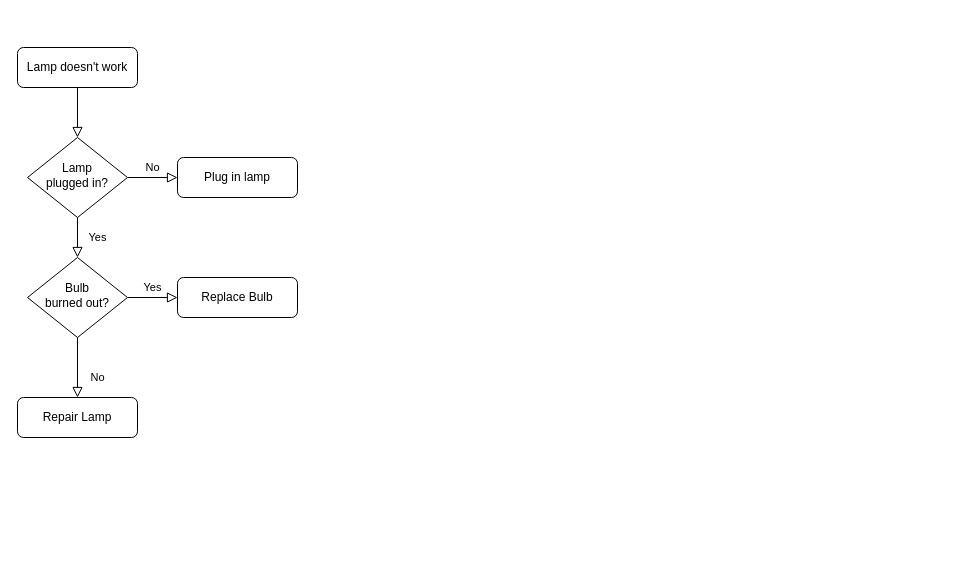
Above: Untitled Diagram.drawio in Mekss/retail-companies-bankruptcy-research (draw.io), before the change. Source tidied: cells renumbered, new cells numbered last; positions are measured from the earlier drawing's top-left corner, leaving out a move shared by most shapes. Both pictures are drawn from the tidied source at 100%, with x=0, y=0 at pixel (17, 47).
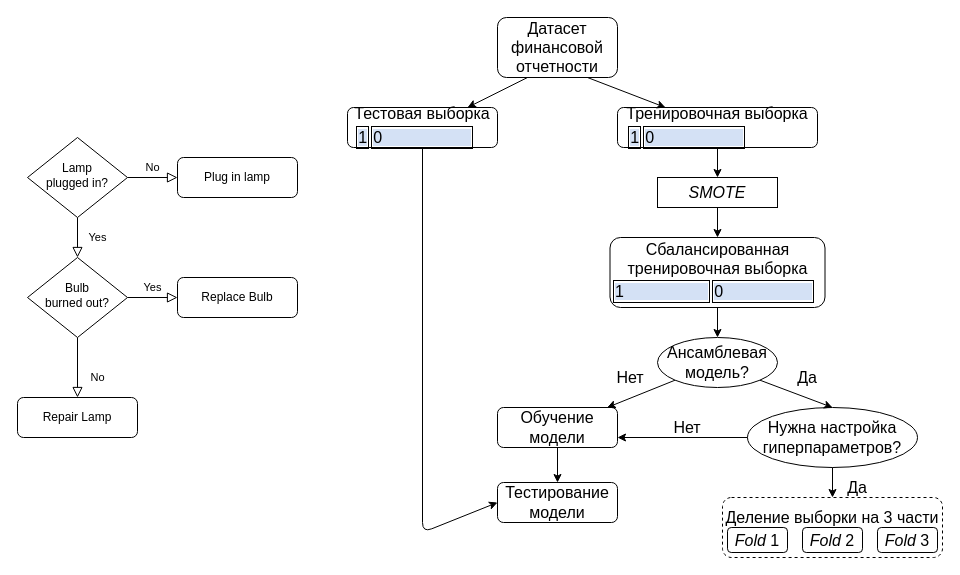
The same page after the edit.

The change refers to these unchanged cells:
```xml
<mxCell id="6" value="Lamp&lt;br&gt;plugged in?" style="rhombus;whiteSpace=wrap;html=1;shadow=0;fontFamily=Helvetica;fontSize=12;align=center;strokeWidth=1;spacing=6;spacingTop=-4;" parent="1" vertex="1">
  <mxGeometry x="10" y="90" width="100" height="80" as="geometry" />
</mxCell>
```

The edit, as a diff of the source:
```diff
@@
-    <mxCell id="2" style="rounded=0;html=1;jettySize=auto;fontSize=11;endArrow=block;endFill=0;endSize=8;strokeWidth=1;shadow=0;labelBackgroundColor=none;edgeStyle=orthogonalEdgeStyle;" parent="1" edge="1" source="3" target="6">
-      <mxGeometry relative="1" as="geometry" />
-    </mxCell>
+    <mxCell id="13" value="Деление выборки на 3 части&lt;br&gt;&lt;br&gt;" style="rounded=1;whiteSpace=wrap;html=1;fontSize=16;dashed=1;fillColor=#FFFFFF;" parent="1" vertex="1">
+      <mxGeometry x="705" y="450" width="220" height="60" as="geometry" />
+    </mxCell>
-    <mxCell id="3" value="Lamp doesn't work" style="rounded=1;whiteSpace=wrap;html=1;fontSize=12;glass=0;strokeWidth=1;shadow=0;" parent="1" vertex="1">
-      <mxGeometry width="120" height="40" as="geometry" />
+    <mxCell id="3" value="Датасет финансовой отчетности" style="rounded=1;whiteSpace=wrap;html=1;fontSize=16;glass=0;strokeWidth=1;shadow=0;" parent="1" vertex="1">
+      <mxGeometry x="480" y="-30" width="120" height="60" as="geometry" />
     </mxCell>
@@
+    <mxCell id="14" value="Тренировочная выборка&lt;table&gt;&lt;tbody&gt;&lt;tr&gt;&lt;td style=&quot;border: 1px solid rgb(0 , 0 , 0) ; border-collapse: collapse&quot;&gt;&lt;span style=&quot;background-color: rgb(212 , 225 , 245)&quot;&gt;1&lt;/span&gt;&lt;/td&gt;&lt;td style=&quot;border: 1px solid rgb(0 , 0 , 0) ; border-collapse: collapse&quot;&gt;&lt;span style=&quot;background-color: rgb(212 , 225 , 245)&quot;&gt;0&amp;nbsp; &amp;nbsp; &amp;nbsp; &amp;nbsp; &amp;nbsp; &amp;nbsp; &amp;nbsp; &amp;nbsp; &amp;nbsp; &amp;nbsp;&amp;nbsp;&lt;/span&gt;&lt;/td&gt;&lt;/tr&gt;&lt;/tbody&gt;&lt;/table&gt;" style="rounded=1;whiteSpace=wrap;html=1;fontSize=16;glass=0;strokeWidth=1;shadow=0;" parent="1" vertex="1">
+      <mxGeometry x="600" y="60" width="200" height="40" as="geometry" />
+    </mxCell>
+    <mxCell id="15" style="endArrow=classic;html=1;exitX=0.75;exitY=1;exitDx=0;exitDy=0;fontSize=16;" parent="1" edge="1" source="3" target="14">
+      <mxGeometry relative="1" as="geometry" />
+    </mxCell>
+    <mxCell id="16" style="endArrow=classic;html=1;exitX=0.25;exitY=1;exitDx=0;exitDy=0;entryX=0.75;entryY=0;entryDx=0;entryDy=0;fontSize=16;" parent="1" edge="1" source="3">
+      <mxGeometry relative="1" as="geometry">
+        <mxPoint x="450" y="60" as="targetPoint" />
+      </mxGeometry>
+    </mxCell>
+    <mxCell id="17" style="endArrow=classic;html=1;fontSize=16;exitX=0.5;exitY=1;exitDx=0;exitDy=0;" parent="1" edge="1" source="14">
+      <mxGeometry relative="1" as="geometry">
+        <mxPoint x="700" y="130" as="targetPoint" />
+      </mxGeometry>
+    </mxCell>
+    <mxCell id="18" value="&lt;i&gt;SMOTE&lt;/i&gt;" style="rounded=0;whiteSpace=wrap;html=1;fontSize=16;" parent="1" vertex="1">
+      <mxGeometry x="640" y="130" width="120" height="30" as="geometry" />
+    </mxCell>
+    <mxCell id="19" value="Сбалансированная тренировочная выборка&lt;table&gt;&lt;tbody&gt;&lt;tr&gt;&lt;td style=&quot;border: 1px solid rgb(0 , 0 , 0) ; border-collapse: collapse&quot;&gt;&lt;span style=&quot;background-color: rgb(212 , 225 , 245)&quot;&gt;1&amp;nbsp; &amp;nbsp; &amp;nbsp; &amp;nbsp; &amp;nbsp; &amp;nbsp; &amp;nbsp; &amp;nbsp; &amp;nbsp; &amp;nbsp;&lt;/span&gt;&lt;/td&gt;&lt;td style=&quot;border: 1px solid rgb(0 , 0 , 0) ; border-collapse: collapse&quot;&gt;&lt;span style=&quot;background-color: rgb(212 , 225 , 245)&quot;&gt;0&amp;nbsp; &amp;nbsp; &amp;nbsp; &amp;nbsp; &amp;nbsp; &amp;nbsp; &amp;nbsp; &amp;nbsp; &amp;nbsp; &amp;nbsp;&amp;nbsp;&lt;/span&gt;&lt;/td&gt;&lt;/tr&gt;&lt;/tbody&gt;&lt;/table&gt;" style="rounded=1;whiteSpace=wrap;html=1;fontSize=16;glass=0;strokeWidth=1;shadow=0;" parent="1" vertex="1">
+      <mxGeometry x="592.5" y="190" width="215" height="70" as="geometry" />
+    </mxCell>
+    <mxCell id="20" style="endArrow=classic;html=1;fontSize=16;exitX=0.5;exitY=1;exitDx=0;exitDy=0;" parent="1" edge="1" source="18" target="19">
+      <mxGeometry relative="1" as="geometry" />
+    </mxCell>
+    <mxCell id="21" value="Тестовая выборка&lt;table&gt;&lt;tbody&gt;&lt;tr&gt;&lt;td style=&quot;border: 1px solid rgb(0 , 0 , 0) ; border-collapse: collapse&quot;&gt;&lt;span style=&quot;background-color: rgb(212 , 225 , 245)&quot;&gt;1&lt;/span&gt;&lt;/td&gt;&lt;td style=&quot;border: 1px solid rgb(0 , 0 , 0) ; border-collapse: collapse&quot;&gt;&lt;span style=&quot;background-color: rgb(212 , 225 , 245)&quot;&gt;0&amp;nbsp; &amp;nbsp; &amp;nbsp; &amp;nbsp; &amp;nbsp; &amp;nbsp; &amp;nbsp; &amp;nbsp; &amp;nbsp; &amp;nbsp;&amp;nbsp;&lt;/span&gt;&lt;/td&gt;&lt;/tr&gt;&lt;/tbody&gt;&lt;/table&gt;" style="rounded=1;whiteSpace=wrap;html=1;fontSize=16;glass=0;strokeWidth=1;shadow=0;" parent="1" vertex="1">
+      <mxGeometry x="330" y="60" width="150" height="40" as="geometry" />
+    </mxCell>
+    <mxCell id="22" style="endArrow=classic;html=1;fontSize=16;exitX=0.5;exitY=1;exitDx=0;exitDy=0;entryX=0.5;entryY=0;entryDx=0;entryDy=0;" parent="1" edge="1" source="19">
+      <mxGeometry relative="1" as="geometry">
+        <mxPoint x="700" y="290" as="targetPoint" />
+      </mxGeometry>
+    </mxCell>
+    <mxCell id="23" value="Обучение модели" style="rounded=1;whiteSpace=wrap;html=1;fontSize=16;" parent="1" vertex="1">
+      <mxGeometry x="480" y="360" width="120" height="40" as="geometry" />
+    </mxCell>
+    <mxCell id="24" style="endArrow=classic;html=1;fontSize=16;exitX=0;exitY=1;exitDx=0;exitDy=0;" parent="1" edge="1" source="29" target="23">
+      <mxGeometry relative="1" as="geometry" />
+    </mxCell>
+    <mxCell id="25" value="Тестирование модели" style="rounded=1;whiteSpace=wrap;html=1;fontSize=16;" parent="1" vertex="1">
+      <mxGeometry x="480" y="435" width="120" height="40" as="geometry" />
+    </mxCell>
+    <mxCell id="26" style="endArrow=classic;html=1;fontSize=16;exitX=0.5;exitY=1;exitDx=0;exitDy=0;entryX=0.5;entryY=0;entryDx=0;entryDy=0;" parent="1" edge="1" source="23" target="25">
+      <mxGeometry relative="1" as="geometry" />
+    </mxCell>
+    <mxCell id="27" style="endArrow=classic;html=1;fontSize=16;exitX=0.5;exitY=1;exitDx=0;exitDy=0;entryX=0;entryY=0.5;entryDx=0;entryDy=0;" parent="1" edge="1" source="21" target="25">
+      <mxGeometry relative="1" as="geometry">
+        <Array as="points">
+          <mxPoint x="405" y="485" />
+        </Array>
+      </mxGeometry>
+    </mxCell>
+    <mxCell id="28" value="Нет" style="text;html=1;strokeColor=none;fillColor=none;align=center;verticalAlign=middle;whiteSpace=wrap;rounded=0;fontSize=16;" parent="1" vertex="1">
+      <mxGeometry x="592.5" y="320" width="40" height="20" as="geometry" />
+    </mxCell>
+    <mxCell id="29" value="&lt;span&gt;Ансамблевая модель?&lt;/span&gt;" style="ellipse;whiteSpace=wrap;html=1;fontSize=16;" parent="1" vertex="1">
+      <mxGeometry x="640" y="290" width="120" height="50" as="geometry" />
+    </mxCell>
+    <mxCell id="30" value="Нужна настройка гиперпараметров?" style="ellipse;whiteSpace=wrap;html=1;fontSize=16;" parent="1" vertex="1">
+      <mxGeometry x="730" y="360" width="170" height="60" as="geometry" />
+    </mxCell>
+    <mxCell id="31" style="endArrow=classic;html=1;fontSize=16;exitX=1;exitY=1;exitDx=0;exitDy=0;entryX=0.5;entryY=0;entryDx=0;entryDy=0;" parent="1" edge="1" source="29" target="30">
+      <mxGeometry relative="1" as="geometry" />
+    </mxCell>
+    <mxCell id="32" value="Да" style="text;html=1;strokeColor=none;fillColor=none;align=center;verticalAlign=middle;whiteSpace=wrap;rounded=0;fontSize=16;" parent="1" vertex="1">
+      <mxGeometry x="770" y="320" width="40" height="20" as="geometry" />
+    </mxCell>
+    <mxCell id="33" style="endArrow=classic;html=1;fontSize=16;exitX=0;exitY=0.5;exitDx=0;exitDy=0;entryX=1;entryY=0.75;entryDx=0;entryDy=0;" parent="1" edge="1" source="30" target="23">
+      <mxGeometry relative="1" as="geometry" />
+    </mxCell>
+    <mxCell id="34" value="Нет" style="text;html=1;strokeColor=none;fillColor=none;align=center;verticalAlign=middle;whiteSpace=wrap;rounded=0;fontSize=16;" parent="1" vertex="1">
+      <mxGeometry x="650" y="370" width="40" height="20" as="geometry" />
+    </mxCell>
+    <mxCell id="35" value="Да" style="text;html=1;strokeColor=none;fillColor=none;align=center;verticalAlign=middle;whiteSpace=wrap;rounded=0;fontSize=16;" parent="1" vertex="1">
+      <mxGeometry x="820" y="430" width="40" height="20" as="geometry" />
+    </mxCell>
+    <mxCell id="36" style="endArrow=classic;html=1;fontSize=16;exitX=0.5;exitY=1;exitDx=0;exitDy=0;" parent="1" edge="1" source="30">
+      <mxGeometry relative="1" as="geometry">
+        <mxPoint x="815" y="450" as="targetPoint" />
+      </mxGeometry>
+    </mxCell>
+    <mxCell id="37" value="&lt;i&gt;Fold &lt;/i&gt;1" style="rounded=1;whiteSpace=wrap;html=1;fontSize=16;" parent="1" vertex="1">
+      <mxGeometry x="710" y="480" width="60" height="25" as="geometry" />
+    </mxCell>
+    <mxCell id="38" value="&lt;i&gt;Fold&amp;nbsp;&lt;/i&gt;2" style="rounded=1;whiteSpace=wrap;html=1;fontSize=16;" parent="1" vertex="1">
+      <mxGeometry x="785" y="480" width="60" height="25" as="geometry" />
+    </mxCell>
+    <mxCell id="39" value="&lt;i&gt;Fold&amp;nbsp;&lt;/i&gt;3" style="rounded=1;whiteSpace=wrap;html=1;fontSize=16;" parent="1" vertex="1">
+      <mxGeometry x="860" y="480" width="60" height="25" as="geometry" />
+    </mxCell>
```
